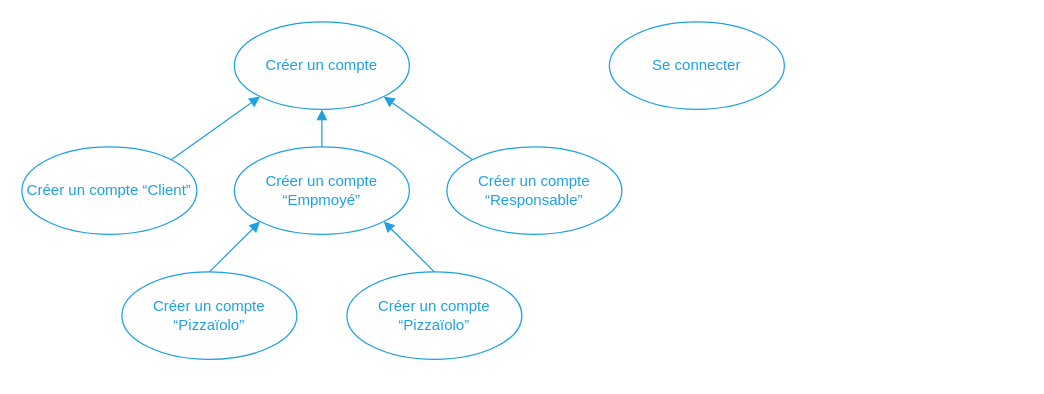
Above: img/figure_implicit-actions-account.dio in centvingt/OCPizzaRedaction (draw.io), before the change. Source tidied: cells renumbered, new cells numbered last; positions are measured from the earlier drawing's top-left corner, leaving out a move shared by most shapes. Both pictures are drawn from the tidied source at 125%, with x=0, y=0 at pixel (21, 21).
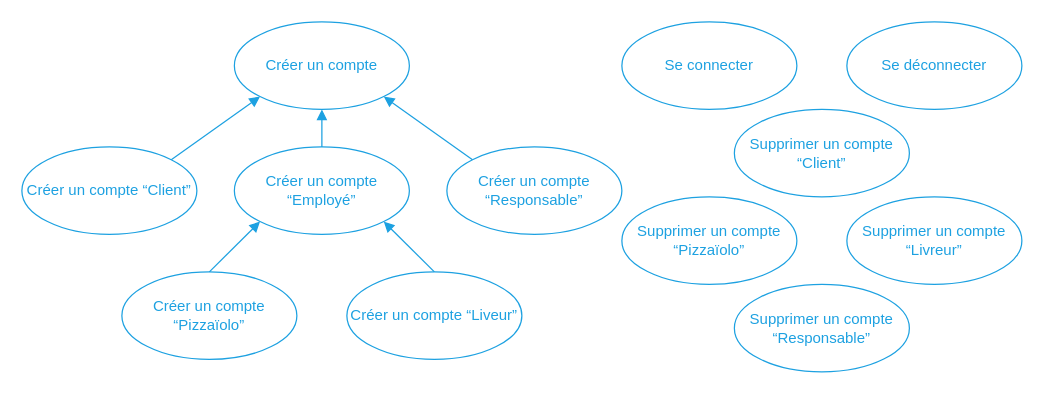
The same diagram, later.

What changed in the source:
```diff
@@
 <mxGraphModel>
   <root>
     <mxCell id="0" />
     <mxCell id="1" parent="0" />
     <mxCell id="2" value="&lt;font color=&quot;#1da1e1&quot;&gt;Créer un compte&lt;/font&gt;" style="ellipse;whiteSpace=wrap;html=1;fillColor=none;strokeColor=#1DA1E1;" parent="1" vertex="1">
       <mxGeometry x="170" width="140" height="70" as="geometry" />
     </mxCell>
     <mxCell id="3" value="&lt;font color=&quot;#1da1e1&quot;&gt;Se connecter&lt;/font&gt;" style="ellipse;whiteSpace=wrap;html=1;fillColor=none;strokeColor=#1DA1E1;" parent="1" vertex="1">
-      <mxGeometry x="470" width="140" height="70" as="geometry" />
+      <mxGeometry x="480" width="140" height="70" as="geometry" />
     </mxCell>
     <mxCell id="4" style="edgeStyle=none;rounded=0;jettySize=auto;html=1;exitX=1;exitY=0;exitDx=0;exitDy=0;entryX=0;entryY=1;entryDx=0;entryDy=0;endArrow=block;endFill=1;strokeColor=#1DA1E1;" parent="1" edge="1" source="5" target="2">
       <mxGeometry relative="1" as="geometry" />
     </mxCell>
     <mxCell id="5" value="&lt;font color=&quot;#1da1e1&quot;&gt;Créer un compte “Client”&lt;/font&gt;" style="ellipse;whiteSpace=wrap;html=1;fillColor=none;strokeColor=#1DA1E1;" parent="1" vertex="1">
       <mxGeometry y="100" width="140" height="70" as="geometry" />
     </mxCell>
     <mxCell id="6" style="edgeStyle=none;rounded=0;jettySize=auto;html=1;exitX=0.5;exitY=0;exitDx=0;exitDy=0;entryX=0.5;entryY=1;entryDx=0;entryDy=0;endArrow=block;endFill=1;strokeColor=#1DA1E1;" parent="1" edge="1" source="7" target="2">
       <mxGeometry relative="1" as="geometry" />
     </mxCell>
-    <mxCell id="7" value="&lt;span style=&quot;color: rgb(29 , 161 , 225)&quot;&gt;Créer un compte “Empmoyé”&lt;/span&gt;" style="ellipse;whiteSpace=wrap;html=1;fillColor=none;strokeColor=#1DA1E1;" parent="1" vertex="1">
+    <mxCell id="7" value="&lt;span style=&quot;color: rgb(29 , 161 , 225)&quot;&gt;Créer un compte “Employé”&lt;/span&gt;" style="ellipse;whiteSpace=wrap;html=1;fillColor=none;strokeColor=#1DA1E1;" parent="1" vertex="1">
       <mxGeometry x="170" y="100" width="140" height="70" as="geometry" />
     </mxCell>
     <mxCell id="8" style="edgeStyle=none;rounded=0;jettySize=auto;html=1;exitX=0;exitY=0;exitDx=0;exitDy=0;entryX=1;entryY=1;entryDx=0;entryDy=0;endArrow=block;endFill=1;strokeColor=#1DA1E1;" parent="1" edge="1" source="9" target="2">
       <mxGeometry relative="1" as="geometry" />
     </mxCell>
     <mxCell id="9" value="&lt;span style=&quot;color: rgb(29 , 161 , 225)&quot;&gt;Créer un compte “Responsable”&lt;/span&gt;" style="ellipse;whiteSpace=wrap;html=1;fillColor=none;strokeColor=#1DA1E1;" parent="1" vertex="1">
       <mxGeometry x="340" y="100" width="140" height="70" as="geometry" />
     </mxCell>
     <mxCell id="10" style="rounded=0;jettySize=auto;html=1;exitX=0.5;exitY=0;exitDx=0;exitDy=0;endArrow=block;endFill=1;strokeColor=#1DA1E1;entryX=0;entryY=1;entryDx=0;entryDy=0;" parent="1" edge="1" source="11" target="7">
       <mxGeometry relative="1" as="geometry" />
     </mxCell>
     <mxCell id="11" value="&lt;span style=&quot;color: rgb(29 , 161 , 225)&quot;&gt;Créer un compte “Pizzaïolo”&lt;/span&gt;" style="ellipse;whiteSpace=wrap;html=1;fillColor=none;strokeColor=#1DA1E1;" parent="1" vertex="1">
       <mxGeometry x="80" y="200" width="140" height="70" as="geometry" />
     </mxCell>
     <mxCell id="12" style="edgeStyle=none;rounded=0;jettySize=auto;html=1;exitX=0.5;exitY=0;exitDx=0;exitDy=0;entryX=1;entryY=1;entryDx=0;entryDy=0;endArrow=block;endFill=1;strokeColor=#1DA1E1;" parent="1" edge="1" source="13" target="7">
       <mxGeometry relative="1" as="geometry" />
     </mxCell>
-    <mxCell id="13" value="&lt;span style=&quot;color: rgb(29 , 161 , 225)&quot;&gt;Créer un compte “Pizzaïolo”&lt;/span&gt;" style="ellipse;whiteSpace=wrap;html=1;fillColor=none;strokeColor=#1DA1E1;" parent="1" vertex="1">
+    <mxCell id="13" value="&lt;span style=&quot;color: rgb(29 , 161 , 225)&quot;&gt;Créer un compte “Liveur”&lt;/span&gt;" style="ellipse;whiteSpace=wrap;html=1;fillColor=none;strokeColor=#1DA1E1;" parent="1" vertex="1">
       <mxGeometry x="260" y="200" width="140" height="70" as="geometry" />
     </mxCell>
+    <mxCell id="14" value="&lt;font color=&quot;#1da1e1&quot;&gt;Se déconnecter&lt;/font&gt;" style="ellipse;whiteSpace=wrap;html=1;fillColor=none;strokeColor=#1DA1E1;" parent="1" vertex="1">
+      <mxGeometry x="660" width="140" height="70" as="geometry" />
+    </mxCell>
+    <mxCell id="15" value="&lt;font color=&quot;#1da1e1&quot;&gt;Supprimer un compte “Client”&lt;/font&gt;" style="ellipse;whiteSpace=wrap;html=1;fillColor=none;strokeColor=#1DA1E1;" parent="1" vertex="1">
+      <mxGeometry x="570" y="70" width="140" height="70" as="geometry" />
+    </mxCell>
+    <mxCell id="16" value="&lt;font color=&quot;#1da1e1&quot;&gt;Supprimer un compte “Pizzaïolo”&lt;/font&gt;" style="ellipse;whiteSpace=wrap;html=1;fillColor=none;strokeColor=#1DA1E1;" parent="1" vertex="1">
+      <mxGeometry x="480" y="140" width="140" height="70" as="geometry" />
+    </mxCell>
+    <mxCell id="17" value="&lt;font color=&quot;#1da1e1&quot;&gt;Supprimer un compte “Livreur”&lt;/font&gt;" style="ellipse;whiteSpace=wrap;html=1;fillColor=none;strokeColor=#1DA1E1;" parent="1" vertex="1">
+      <mxGeometry x="660" y="140" width="140" height="70" as="geometry" />
+    </mxCell>
+    <mxCell id="18" value="&lt;font color=&quot;#1da1e1&quot;&gt;Supprimer un compte “Responsable”&lt;/font&gt;" style="ellipse;whiteSpace=wrap;html=1;fillColor=none;strokeColor=#1DA1E1;" parent="1" vertex="1">
+      <mxGeometry x="570" y="210" width="140" height="70" as="geometry" />
+    </mxCell>
   </root>
 </mxGraphModel>
```
